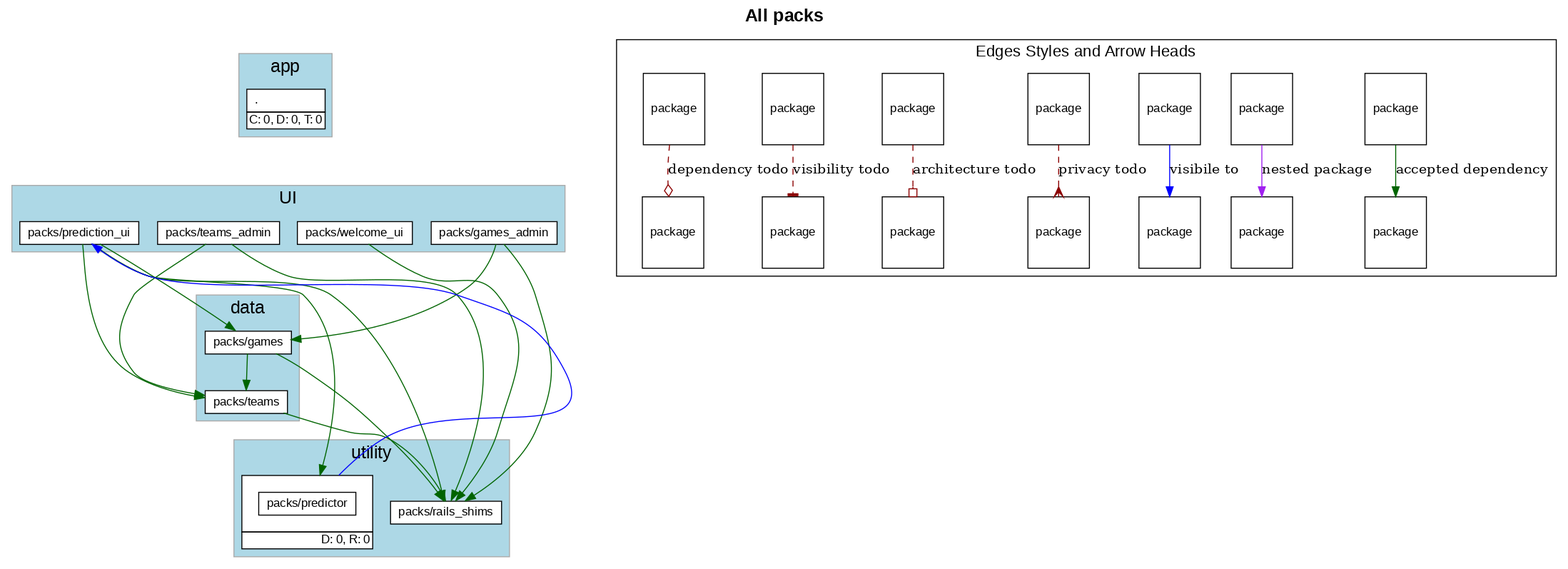
This is c4s07/sportsball/c4s07_a_todos.png from shageman/package-based-rails-applications-book, a Graphviz export, as it was before one commit. Its source is kept beside it as c4s07/sportsball/c4s07_a_todos.dot.
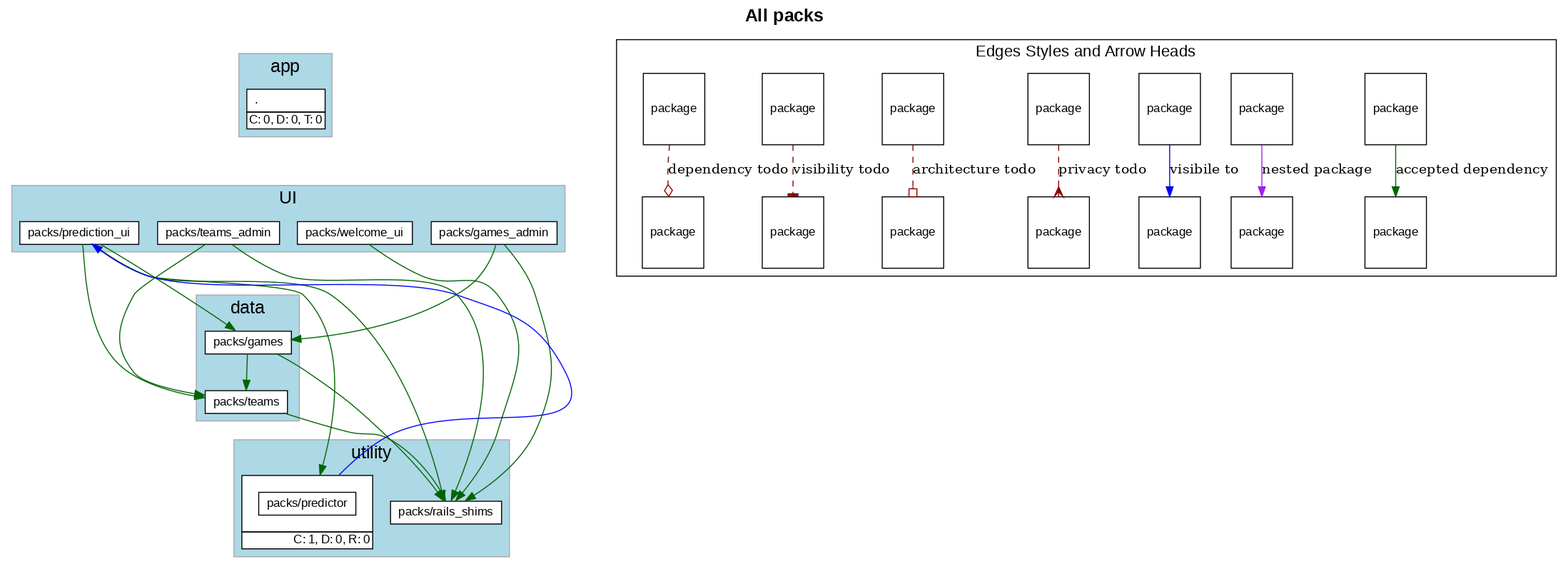
The same diagram one commit later.

Change to the diagram source:
```diff
@@ -133,7 +133,7 @@
                     <tr> <td port='private'> packs/predictor </td> </tr>
                   </table>
                   </td></tr>
-                  <tr><td CELLPADDING='1' ALIGN='RIGHT'>D: 0, R: 0</td></tr>
+                  <tr><td CELLPADDING='1' ALIGN='RIGHT'>C: 1, D: 0, R: 0</td></tr>
                   </table>
               >
           ]
```
